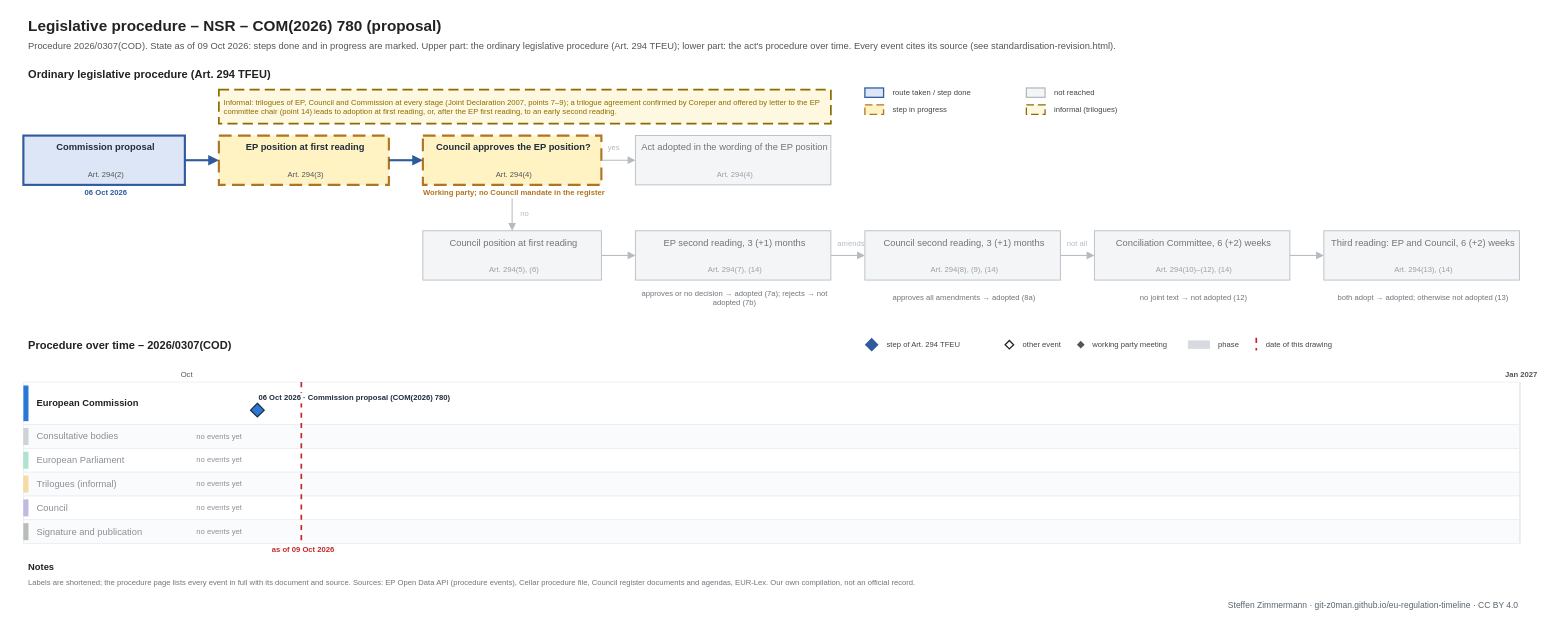
Above: procedures/standardisation-revision.drawio in git-z0man/eu-regulation-timeline (draw.io), before the change. Source tidied: cells renumbered, new cells numbered last; positions are measured from the earlier drawing's top-left corner, leaving out a move shared by most shapes. Both pictures are drawn from the tidied source at 85%, with x=0, y=0 at pixel (14, 14).
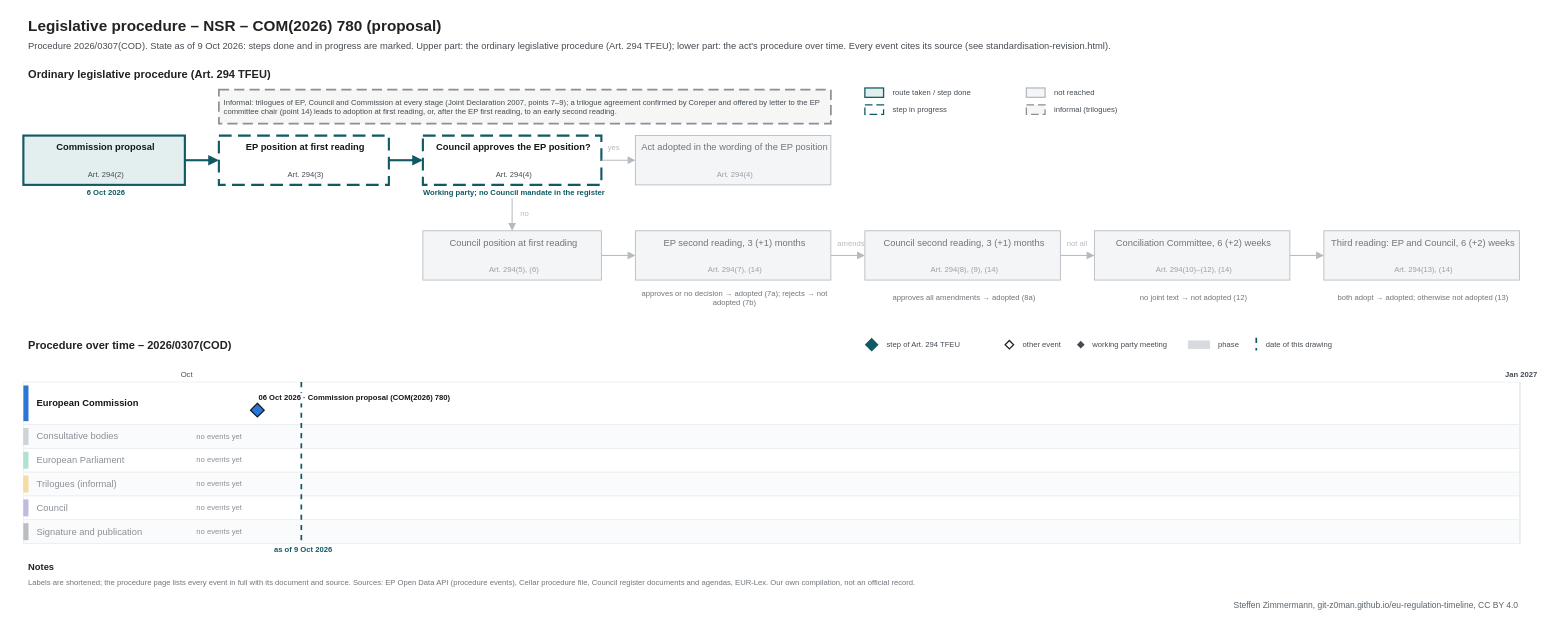
After the change.

The edit, as a diff of the source:
```diff
@@
-    <mxCell id="3" value="Procedure 2026/0307(COD). State as of 09 Oct 2026: steps done and in progress are marked. Upper part: the ordinary legislative procedure (Art. 294 TFEU); lower part: the act's procedure over time. Every event cites its source (see standardisation-revision.html)." style="text;html=1;fontSize=11;fontColor=#555555;align=left;verticalAlign=middle;spacingLeft=4;" parent="1" vertex="1">
+    <mxCell id="3" value="Procedure 2026/0307(COD). State as of 9 Oct 2026: steps done and in progress are marked. Upper part: the ordinary legislative procedure (Art. 294 TFEU); lower part: the act's procedure over time. Every event cites its source (see standardisation-revision.html)." style="text;html=1;fontSize=11;fontColor=#454c53;align=left;verticalAlign=middle;spacingLeft=4;" parent="1" vertex="1">
       <mxGeometry x="10" y="28" width="1700" height="18" as="geometry" />
     </mxCell>
@@
-    <mxCell id="5" style="rounded=0;arcSize=50;fillColor=#dce6f6;strokeColor=#2f5a9e;strokeWidth=1.5;" parent="1" vertex="1">
+    <mxCell id="5" style="rounded=0;arcSize=50;fillColor=#e3eeef;strokeColor=#0f5a63;strokeWidth=1.5;" parent="1" vertex="1">
       <mxGeometry x="1000" y="86" width="22" height="11" as="geometry" />
     </mxCell>
-    <mxCell id="6" value="route taken / step done" style="text;html=1;fontSize=9;fontColor=#444444;align=left;verticalAlign=middle;spacingLeft=4;" parent="1" vertex="1">
+    <mxCell id="6" value="route taken / step done" style="text;html=1;fontSize=9;fontColor=#454c53;align=left;verticalAlign=middle;spacingLeft=4;" parent="1" vertex="1">
       <mxGeometry x="1027" y="84" width="150" height="15" as="geometry" />
     </mxCell>
-    <mxCell id="7" style="rounded=0;arcSize=50;fillColor=#fff3c4;strokeColor=#b07520;dashed=1;dashPattern=6 3;strokeWidth=2;strokeWidth=1.5;" parent="1" vertex="1">
+    <mxCell id="7" style="rounded=0;arcSize=50;fillColor=#ffffff;strokeColor=#0f5a63;dashed=1;dashPattern=6 3;strokeWidth=2;strokeWidth=1.5;" parent="1" vertex="1">
       <mxGeometry x="1000" y="106" width="22" height="11" as="geometry" />
     </mxCell>
-    <mxCell id="8" value="step in progress" style="text;html=1;fontSize=9;fontColor=#444444;align=left;verticalAlign=middle;spacingLeft=4;" parent="1" vertex="1">
+    <mxCell id="8" value="step in progress" style="text;html=1;fontSize=9;fontColor=#454c53;align=left;verticalAlign=middle;spacingLeft=4;" parent="1" vertex="1">
       <mxGeometry x="1027" y="104" width="150" height="15" as="geometry" />
     </mxCell>
@@
-    <mxCell id="10" value="not reached" style="text;html=1;fontSize=9;fontColor=#444444;align=left;verticalAlign=middle;spacingLeft=4;" parent="1" vertex="1">
+    <mxCell id="10" value="not reached" style="text;html=1;fontSize=9;fontColor=#454c53;align=left;verticalAlign=middle;spacingLeft=4;" parent="1" vertex="1">
       <mxGeometry x="1217" y="84" width="150" height="15" as="geometry" />
     </mxCell>
-    <mxCell id="11" style="rounded=0;arcSize=50;fillColor=#fff8e1;strokeColor=#8a6d00;dashed=1;dashPattern=6 3;strokeWidth=2;strokeWidth=1.5;" parent="1" vertex="1">
+    <mxCell id="11" style="rounded=0;arcSize=50;fillColor=#f6f6f4;strokeColor=#8a9096;dashed=1;dashPattern=6 3;strokeWidth=2;strokeWidth=1.5;" parent="1" vertex="1">
       <mxGeometry x="1190" y="106" width="22" height="11" as="geometry" />
     </mxCell>
-    <mxCell id="12" value="informal (trilogues)" style="text;html=1;fontSize=9;fontColor=#444444;align=left;verticalAlign=middle;spacingLeft=4;" parent="1" vertex="1">
+    <mxCell id="12" value="informal (trilogues)" style="text;html=1;fontSize=9;fontColor=#454c53;align=left;verticalAlign=middle;spacingLeft=4;" parent="1" vertex="1">
       <mxGeometry x="1217" y="104" width="150" height="15" as="geometry" />
     </mxCell>
-    <mxCell id="13" style="rounded=0;arcSize=50;fillColor=#dce6f6;strokeColor=#2f5a9e;strokeWidth=2.5;" parent="1" vertex="1">
+    <mxCell id="13" style="rounded=0;arcSize=50;fillColor=#e3eeef;strokeColor=#0f5a63;strokeWidth=2.5;" parent="1" vertex="1">
       <mxGeometry x="10" y="142" width="190" height="58" as="geometry" />
     </mxCell>
-    <mxCell id="14" value="Commission proposal" style="text;html=1;fontSize=11;fontColor=#1f2d3d;align=center;verticalAlign=middle;spacingLeft=4;fontStyle=1;whiteSpace=wrap;" parent="1" vertex="1">
+    <mxCell id="14" value="Commission proposal" style="text;html=1;fontSize=11;fontColor=#14181c;align=center;verticalAlign=middle;spacingLeft=4;fontStyle=1;whiteSpace=wrap;" parent="1" vertex="1">
       <mxGeometry x="10" y="146" width="190" height="20" as="geometry" />
     </mxCell>
-    <mxCell id="15" value="Art. 294(2)" style="text;html=1;fontSize=9;fontColor=#555555;align=center;verticalAlign=middle;spacingLeft=4;" parent="1" vertex="1">
+    <mxCell id="15" value="Art. 294(2)" style="text;html=1;fontSize=9;fontColor=#454c53;align=center;verticalAlign=middle;spacingLeft=4;" parent="1" vertex="1">
       <mxGeometry x="10" y="180" width="190" height="16" as="geometry" />
     </mxCell>
-    <mxCell id="16" value="06 Oct 2026" style="text;html=1;fontSize=9;fontColor=#2f5a9e;align=center;verticalAlign=middle;spacingLeft=4;fontStyle=1;" parent="1" vertex="1">
+    <mxCell id="16" value="6 Oct 2026" style="text;html=1;fontSize=9;fontColor=#0f5a63;align=center;verticalAlign=middle;spacingLeft=4;fontStyle=1;" parent="1" vertex="1">
       <mxGeometry y="202" width="210" height="14" as="geometry" />
     </mxCell>
-    <mxCell id="17" style="rounded=0;arcSize=50;fillColor=#fff3c4;strokeColor=#b07520;dashed=1;dashPattern=6 3;strokeWidth=2;strokeWidth=2.5;" parent="1" vertex="1">
+    <mxCell id="17" style="rounded=0;arcSize=50;fillColor=#ffffff;strokeColor=#0f5a63;dashed=1;dashPattern=6 3;strokeWidth=2;strokeWidth=2.5;" parent="1" vertex="1">
       <mxGeometry x="240" y="142" width="200" height="58" as="geometry" />
     </mxCell>
-    <mxCell id="18" value="EP position at first reading" style="text;html=1;fontSize=11;fontColor=#1f2d3d;align=center;verticalAlign=middle;spacingLeft=4;fontStyle=1;whiteSpace=wrap;" parent="1" vertex="1">
+    <mxCell id="18" value="EP position at first reading" style="text;html=1;fontSize=11;fontColor=#14181c;align=center;verticalAlign=middle;spacingLeft=4;fontStyle=1;whiteSpace=wrap;" parent="1" vertex="1">
       <mxGeometry x="240" y="146" width="200" height="20" as="geometry" />
     </mxCell>
-    <mxCell id="19" value="Art. 294(3)" style="text;html=1;fontSize=9;fontColor=#555555;align=center;verticalAlign=middle;spacingLeft=4;" parent="1" vertex="1">
+    <mxCell id="19" value="Art. 294(3)" style="text;html=1;fontSize=9;fontColor=#454c53;align=center;verticalAlign=middle;spacingLeft=4;" parent="1" vertex="1">
       <mxGeometry x="240" y="180" width="200" height="16" as="geometry" />
     </mxCell>
-    <mxCell id="20" style="rounded=0;arcSize=50;fillColor=#fff3c4;strokeColor=#b07520;dashed=1;dashPattern=6 3;strokeWidth=2;strokeWidth=2.5;" parent="1" vertex="1">
+    <mxCell id="20" style="rounded=0;arcSize=50;fillColor=#ffffff;strokeColor=#0f5a63;dashed=1;dashPattern=6 3;strokeWidth=2;strokeWidth=2.5;" parent="1" vertex="1">
       <mxGeometry x="480" y="142" width="210" height="58" as="geometry" />
     </mxCell>
-    <mxCell id="21" value="Council approves the EP position?" style="text;html=1;fontSize=11;fontColor=#1f2d3d;align=center;verticalAlign=middle;spacingLeft=4;fontStyle=1;whiteSpace=wrap;" parent="1" vertex="1">
+    <mxCell id="21" value="Council approves the EP position?" style="text;html=1;fontSize=11;fontColor=#14181c;align=center;verticalAlign=middle;spacingLeft=4;fontStyle=1;whiteSpace=wrap;" parent="1" vertex="1">
       <mxGeometry x="480" y="146" width="210" height="20" as="geometry" />
     </mxCell>
-    <mxCell id="22" value="Art. 294(4)" style="text;html=1;fontSize=9;fontColor=#555555;align=center;verticalAlign=middle;spacingLeft=4;" parent="1" vertex="1">
+    <mxCell id="22" value="Art. 294(4)" style="text;html=1;fontSize=9;fontColor=#454c53;align=center;verticalAlign=middle;spacingLeft=4;" parent="1" vertex="1">
       <mxGeometry x="480" y="180" width="210" height="16" as="geometry" />
     </mxCell>
-    <mxCell id="23" value="Working party; no Council mandate in the register" style="text;html=1;fontSize=9;fontColor=#b07520;align=center;verticalAlign=middle;spacingLeft=4;fontStyle=1;" parent="1" vertex="1">
+    <mxCell id="23" value="Working party; no Council mandate in the register" style="text;html=1;fontSize=9;fontColor=#0f5a63;align=center;verticalAlign=middle;spacingLeft=4;fontStyle=1;" parent="1" vertex="1">
       <mxGeometry x="470" y="202" width="230" height="14" as="geometry" />
     </mxCell>
@@
-    <mxCell id="46" style="endArrow=block;endFill=1;html=1;rounded=0;strokeColor=#2f5a9e;strokeWidth=2.5;" parent="1" edge="1">
+    <mxCell id="46" style="endArrow=block;endFill=1;html=1;rounded=0;strokeColor=#0f5a63;strokeWidth=2.5;" parent="1" edge="1">
       <mxGeometry relative="1" as="geometry">
         <mxPoint x="200" y="171" as="sourcePoint" />
         <mxPoint x="240" y="171" as="targetPoint" />
       </mxGeometry>
     </mxCell>
-    <mxCell id="47" style="endArrow=block;endFill=1;html=1;rounded=0;strokeColor=#2f5a9e;strokeWidth=2.5;" parent="1" edge="1">
+    <mxCell id="47" style="endArrow=block;endFill=1;html=1;rounded=0;strokeColor=#0f5a63;strokeWidth=2.5;" parent="1" edge="1">
       <mxGeometry relative="1" as="geometry">
         <mxPoint x="440" y="171" as="sourcePoint" />
         <mxPoint x="480" y="171" as="targetPoint" />
       </mxGeometry>
     </mxCell>
@@
-    <mxCell id="58" style="rounded=0;arcSize=50;fillColor=#fff8e1;strokeColor=#8a6d00;dashed=1;dashPattern=6 3;strokeWidth=2;" parent="1" vertex="1">
+    <mxCell id="58" style="rounded=0;arcSize=50;fillColor=#f6f6f4;strokeColor=#8a9096;dashed=1;dashPattern=6 3;strokeWidth=2;" parent="1" vertex="1">
       <mxGeometry x="240" y="88" width="720" height="40" as="geometry" />
     </mxCell>
-    <mxCell id="59" value="Informal: trilogues of EP, Council and Commission at every stage (Joint Declaration 2007, points 7–9); a trilogue agreement confirmed by Coreper and offered by letter to the EP committee chair (point 14) leads to adoption at first reading, or, after the EP first reading, to an early second reading." style="text;html=1;fontSize=9;fontColor=#8a6d00;align=left;verticalAlign=middle;spacingLeft=4;whiteSpace=wrap;" parent="1" vertex="1">
+    <mxCell id="59" value="Informal: trilogues of EP, Council and Commission at every stage (Joint Declaration 2007, points 7–9); a trilogue agreement confirmed by Coreper and offered by letter to the EP committee chair (point 14) leads to adoption at first reading, or, after the EP first reading, to an early second reading." style="text;html=1;fontSize=9;fontColor=#454c53;align=left;verticalAlign=middle;spacingLeft=4;whiteSpace=wrap;" parent="1" vertex="1">
       <mxGeometry x="240" y="88" width="720" height="40" as="geometry" />
     </mxCell>
@@
-    <mxCell id="61" style="rhombus;fillColor=#2f5a9e;strokeColor=#2f5a9e;strokeWidth=1.5;" parent="1" vertex="1">
+    <mxCell id="61" style="rhombus;fillColor=#0f5a63;strokeColor=#0f5a63;strokeWidth=1.5;" parent="1" vertex="1">
       <mxGeometry x="1001" y="381" width="14" height="14" as="geometry" />
     </mxCell>
-    <mxCell id="62" value="step of Art. 294 TFEU" style="text;html=1;fontSize=9;fontColor=#444444;align=left;verticalAlign=middle;spacingLeft=4;" parent="1" vertex="1">
+    <mxCell id="62" value="step of Art. 294 TFEU" style="text;html=1;fontSize=9;fontColor=#454c53;align=left;verticalAlign=middle;spacingLeft=4;" parent="1" vertex="1">
       <mxGeometry x="1020" y="380" width="210" height="15" as="geometry" />
     </mxCell>
@@
-    <mxCell id="64" value="other event" style="text;html=1;fontSize=9;fontColor=#444444;align=left;verticalAlign=middle;spacingLeft=4;" parent="1" vertex="1">
+    <mxCell id="64" value="other event" style="text;html=1;fontSize=9;fontColor=#454c53;align=left;verticalAlign=middle;spacingLeft=4;" parent="1" vertex="1">
       <mxGeometry x="1180" y="380" width="120" height="15" as="geometry" />
     </mxCell>
-    <mxCell id="65" style="rhombus;fillColor=#555555;strokeColor=#555555;strokeWidth=1.5;" parent="1" vertex="1">
+    <mxCell id="65" style="rhombus;fillColor=#454c53;strokeColor=#454c53;strokeWidth=1.5;" parent="1" vertex="1">
       <mxGeometry x="1250.5" y="384.5" width="7" height="7" as="geometry" />
     </mxCell>
-    <mxCell id="66" value="working party meeting" style="text;html=1;fontSize=9;fontColor=#444444;align=left;verticalAlign=middle;spacingLeft=4;" parent="1" vertex="1">
+    <mxCell id="66" value="working party meeting" style="text;html=1;fontSize=9;fontColor=#454c53;align=left;verticalAlign=middle;spacingLeft=4;" parent="1" vertex="1">
       <mxGeometry x="1262" y="380" width="160" height="15" as="geometry" />
     </mxCell>
@@
-    <mxCell id="68" value="phase" style="text;html=1;fontSize=9;fontColor=#444444;align=left;verticalAlign=middle;spacingLeft=4;" parent="1" vertex="1">
+    <mxCell id="68" value="phase" style="text;html=1;fontSize=9;fontColor=#454c53;align=left;verticalAlign=middle;spacingLeft=4;" parent="1" vertex="1">
       <mxGeometry x="1410" y="380" width="160" height="15" as="geometry" />
     </mxCell>
-    <mxCell id="69" style="line;html=1;strokeWidth=2;strokeColor=#c62828;direction=south;dashed=1;" parent="1" vertex="1">
+    <mxCell id="69" style="line;html=1;strokeWidth=2;strokeColor=#0f5a63;direction=south;dashed=1;" parent="1" vertex="1">
       <mxGeometry x="1460" y="380" width="1" height="15" as="geometry" />
     </mxCell>
-    <mxCell id="70" value="date of this drawing" style="text;html=1;fontSize=9;fontColor=#444444;align=left;verticalAlign=middle;spacingLeft=4;" parent="1" vertex="1">
+    <mxCell id="70" value="date of this drawing" style="text;html=1;fontSize=9;fontColor=#454c53;align=left;verticalAlign=middle;spacingLeft=4;" parent="1" vertex="1">
       <mxGeometry x="1466" y="380" width="160" height="15" as="geometry" />
     </mxCell>
@@
-    <mxCell id="72" value="Oct" style="text;html=1;fontSize=9;fontColor=#555555;align=center;verticalAlign=middle;spacingLeft=4;" parent="1" vertex="1">
+    <mxCell id="72" value="Oct" style="text;html=1;fontSize=9;fontColor=#454c53;align=center;verticalAlign=middle;spacingLeft=4;" parent="1" vertex="1">
       <mxGeometry x="170" y="418" width="60" height="12" as="geometry" />
     </mxCell>
@@
-    <mxCell id="76" value="Jan 2027" style="text;html=1;fontSize=9;fontColor=#555555;align=center;verticalAlign=middle;spacingLeft=4;fontStyle=1;" parent="1" vertex="1">
+    <mxCell id="76" value="Jan 2027" style="text;html=1;fontSize=9;fontColor=#454c53;align=center;verticalAlign=middle;spacingLeft=4;fontStyle=1;" parent="1" vertex="1">
       <mxGeometry x="1740" y="418" width="60" height="12" as="geometry" />
     </mxCell>
@@
-    <mxCell id="79" value="European Commission" style="text;html=1;fontSize=11;fontColor=#222222;align=left;verticalAlign=middle;spacingLeft=4;fontStyle=1;whiteSpace=wrap;" parent="1" vertex="1">
+    <mxCell id="79" value="European Commission" style="text;html=1;fontSize=11;fontColor=#14181c;align=left;verticalAlign=middle;spacingLeft=4;fontStyle=1;whiteSpace=wrap;" parent="1" vertex="1">
       <mxGeometry x="20" y="432" width="174" height="50" as="geometry" />
     </mxCell>
@@
-    <mxCell id="97" style="rounded=0;arcSize=50;fillColor=#444444;strokeColor=none;opacity=35;" parent="1" vertex="1">
+    <mxCell id="97" style="rounded=0;arcSize=50;fillColor=#454c53;strokeColor=none;opacity=35;" parent="1" vertex="1">
       <mxGeometry x="10" y="598" width="6" height="20" as="geometry" />
     </mxCell>
@@
-    <mxCell id="100" style="line;html=1;strokeWidth=2;strokeColor=#c62828;direction=south;dashed=1;" parent="1" vertex="1">
+    <mxCell id="100" style="line;html=1;strokeWidth=2;strokeColor=#0f5a63;direction=south;dashed=1;" parent="1" vertex="1">
       <mxGeometry x="336.5" y="432" width="1" height="190" as="geometry" />
     </mxCell>
-    <mxCell id="101" value="as of 09 Oct 2026" style="text;html=1;fontSize=9;fontColor=#c62828;align=center;verticalAlign=middle;spacingLeft=4;fontStyle=1;" parent="1" vertex="1">
+    <mxCell id="101" value="as of 9 Oct 2026" style="text;html=1;fontSize=9;fontColor=#0f5a63;align=center;verticalAlign=middle;spacingLeft=4;fontStyle=1;" parent="1" vertex="1">
       <mxGeometry x="276.5" y="623" width="120" height="12" as="geometry" />
     </mxCell>
-    <mxCell id="102" value="06 Oct 2026 · Commission proposal (COM(2026) 780)" style="text;html=1;fontSize=9;fontColor=#1f2d3d;align=left;verticalAlign=middle;spacingLeft=4;fontStyle=1;fillColor=#ffffff;" parent="1" vertex="1">
+    <mxCell id="102" value="06 Oct 2026 · Commission proposal (COM(2026) 780)" style="text;html=1;fontSize=9;fontColor=#14181c;align=left;verticalAlign=middle;spacingLeft=4;fontStyle=1;fillColor=#ffffff;" parent="1" vertex="1">
       <mxGeometry x="281.3" y="445" width="253" height="12" as="geometry" />
     </mxCell>
-    <mxCell id="103" style="rhombus;fillColor=#2a78d6;strokeColor=#1f2d3d;strokeWidth=1.5;" parent="1" vertex="1">
+    <mxCell id="103" style="rhombus;fillColor=#2a78d6;strokeColor=#14181c;strokeWidth=1.5;" parent="1" vertex="1">
       <mxGeometry x="277.3" y="457" width="16" height="16" as="geometry" />
     </mxCell>
@@
-    <mxCell id="106" value="Steffen Zimmermann · git-z0man.github.io/eu-regulation-timeline · CC BY 4.0" style="text;html=1;fontSize=10;fontColor=#5b646b;align=right;verticalAlign=middle;spacingLeft=4;" parent="1" vertex="1">
+    <mxCell id="106" value="Steffen Zimmermann, git-z0man.github.io/eu-regulation-timeline, CC BY 4.0" style="text;html=1;fontSize=10;fontColor=#5b646b;align=right;verticalAlign=middle;spacingLeft=4;" parent="1" vertex="1">
       <mxGeometry x="10" y="686" width="1760" height="16" as="geometry" />
     </mxCell>
```
